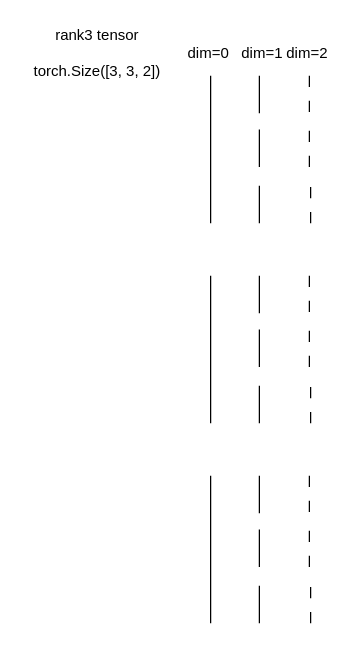
Before: page "tensor" (5 of 5) of lesson_note/studyFastaiFigures.drawio in shuntaka/study-fastai, a draw.io diagram. Source tidied: cells renumbered, new cells numbered last; positions are measured from the earlier drawing's top-left corner, leaving out a move shared by most shapes. Both pictures are drawn from the tidied source at 125%, with x=0, y=0 at pixel (21, 21).
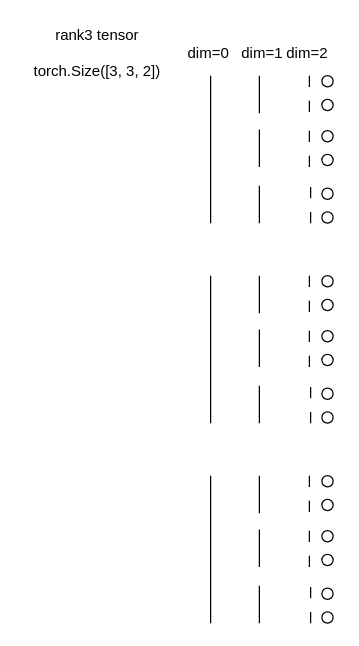
The same diagram, later.

Change to the diagram source:
```diff
@@
+    <mxCell id="36" style="ellipse;whiteSpace=wrap;html=1;" parent="1" vertex="1">
+      <mxGeometry x="240" y="43" width="9" height="9" as="geometry" />
+    </mxCell>
+    <mxCell id="37" style="ellipse;whiteSpace=wrap;html=1;" parent="1" vertex="1">
+      <mxGeometry x="240" y="62" width="9" height="9" as="geometry" />
+    </mxCell>
+    <mxCell id="38" style="ellipse;whiteSpace=wrap;html=1;" parent="1" vertex="1">
+      <mxGeometry x="240" y="87" width="9" height="9" as="geometry" />
+    </mxCell>
+    <mxCell id="39" style="ellipse;whiteSpace=wrap;html=1;" parent="1" vertex="1">
+      <mxGeometry x="240" y="106" width="9" height="9" as="geometry" />
+    </mxCell>
+    <mxCell id="40" style="ellipse;whiteSpace=wrap;html=1;" parent="1" vertex="1">
+      <mxGeometry x="240" y="133" width="9" height="9" as="geometry" />
+    </mxCell>
+    <mxCell id="41" style="ellipse;whiteSpace=wrap;html=1;" parent="1" vertex="1">
+      <mxGeometry x="240" y="152" width="9" height="9" as="geometry" />
+    </mxCell>
+    <mxCell id="42" style="ellipse;whiteSpace=wrap;html=1;" parent="1" vertex="1">
+      <mxGeometry x="240" y="203" width="9" height="9" as="geometry" />
+    </mxCell>
+    <mxCell id="43" style="ellipse;whiteSpace=wrap;html=1;" parent="1" vertex="1">
+      <mxGeometry x="240" y="222" width="9" height="9" as="geometry" />
+    </mxCell>
+    <mxCell id="44" style="ellipse;whiteSpace=wrap;html=1;" parent="1" vertex="1">
+      <mxGeometry x="240" y="247" width="9" height="9" as="geometry" />
+    </mxCell>
+    <mxCell id="45" style="ellipse;whiteSpace=wrap;html=1;" parent="1" vertex="1">
+      <mxGeometry x="240" y="266" width="9" height="9" as="geometry" />
+    </mxCell>
+    <mxCell id="46" style="ellipse;whiteSpace=wrap;html=1;" parent="1" vertex="1">
+      <mxGeometry x="240" y="293" width="9" height="9" as="geometry" />
+    </mxCell>
+    <mxCell id="47" style="ellipse;whiteSpace=wrap;html=1;" parent="1" vertex="1">
+      <mxGeometry x="240" y="312" width="9" height="9" as="geometry" />
+    </mxCell>
+    <mxCell id="48" style="ellipse;whiteSpace=wrap;html=1;" parent="1" vertex="1">
+      <mxGeometry x="240" y="363" width="9" height="9" as="geometry" />
+    </mxCell>
+    <mxCell id="49" style="ellipse;whiteSpace=wrap;html=1;" parent="1" vertex="1">
+      <mxGeometry x="240" y="382" width="9" height="9" as="geometry" />
+    </mxCell>
+    <mxCell id="50" style="ellipse;whiteSpace=wrap;html=1;" parent="1" vertex="1">
+      <mxGeometry x="240" y="407" width="9" height="9" as="geometry" />
+    </mxCell>
+    <mxCell id="51" style="ellipse;whiteSpace=wrap;html=1;" parent="1" vertex="1">
+      <mxGeometry x="240" y="426" width="9" height="9" as="geometry" />
+    </mxCell>
+    <mxCell id="52" style="ellipse;whiteSpace=wrap;html=1;" parent="1" vertex="1">
+      <mxGeometry x="240" y="453" width="9" height="9" as="geometry" />
+    </mxCell>
+    <mxCell id="53" style="ellipse;whiteSpace=wrap;html=1;" parent="1" vertex="1">
+      <mxGeometry x="240" y="472" width="9" height="9" as="geometry" />
+    </mxCell>
```
